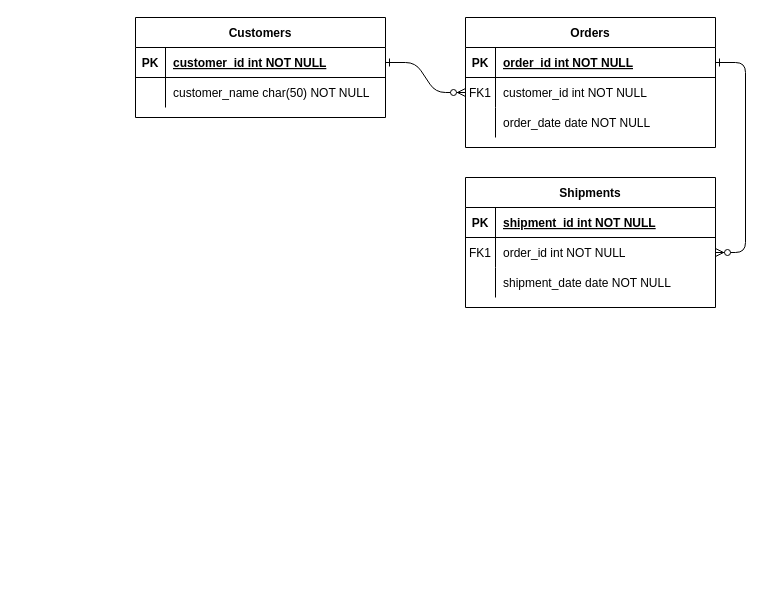
The draw.io diagram BookHaven.drawio in Utsukara/CTDatabaseFundamentals, before the edit. Source tidied: cells renumbered, new cells numbered last; positions are measured from the earlier drawing's top-left corner, leaving out a move shared by most shapes. Both pictures are drawn from the tidied source at 100%, with x=0, y=0 at pixel (135, 17).
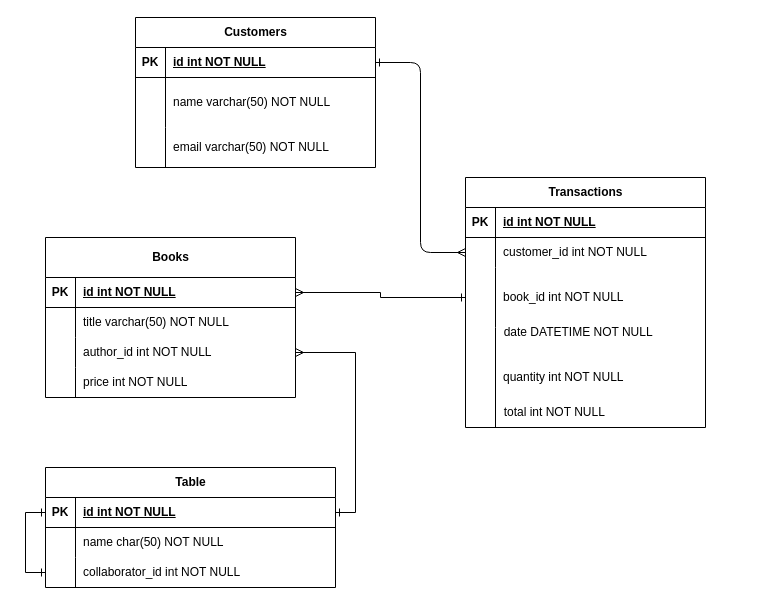
The same page after the edit.

The edit, as a diff of the source:
```diff
@@
-    <mxCell id="2" style="edgeStyle=entityRelationEdgeStyle;endArrow=ERzeroToMany;startArrow=ERone;endFill=1;startFill=0;" parent="1" edge="1" source="25" target="8">
-      <mxGeometry relative="1" as="geometry" />
-    </mxCell>
-    <mxCell id="3" style="edgeStyle=entityRelationEdgeStyle;endArrow=ERzeroToMany;startArrow=ERone;endFill=1;startFill=0;" parent="1" edge="1" source="5" target="18">
-      <mxGeometry relative="1" as="geometry" />
-    </mxCell>
-    <mxCell id="4" value="Orders" style="shape=table;startSize=30;childLayout=tableLayout;rowLines=0;fontStyle=1;align=center;" parent="1" vertex="1">
-      <mxGeometry x="330" width="250" height="130" as="geometry" />
-    </mxCell>
-    <mxCell id="5" style="shape=partialRectangle;fillColor=none;points=[[0,0.5],[1,0.5]];portConstraint=eastwest;top=0;left=0;right=0;bottom=1;" parent="4" vertex="1">
-      <mxGeometry y="30" width="250" height="30" as="geometry" />
-    </mxCell>
-    <mxCell id="6" value="PK" style="shape=partialRectangle;overflow=hidden;fillColor=none;top=0;left=0;bottom=0;right=0;fontStyle=1;" parent="5" vertex="1">
-      <mxGeometry width="30" height="30" as="geometry" />
-    </mxCell>
-    <mxCell id="7" value="order_id int NOT NULL " style="shape=partialRectangle;overflow=hidden;fillColor=none;top=0;left=0;bottom=0;right=0;align=left;spacingLeft=6;fontStyle=5;" parent="5" vertex="1">
-      <mxGeometry x="30" width="220" height="30" as="geometry" />
-    </mxCell>
-    <mxCell id="8" style="shape=partialRectangle;fillColor=none;points=[[0,0.5],[1,0.5]];portConstraint=eastwest;top=0;left=0;right=0;bottom=0;" parent="4" vertex="1">
-      <mxGeometry y="60" width="250" height="30" as="geometry" />
-    </mxCell>
-    <mxCell id="9" value="FK1" style="shape=partialRectangle;overflow=hidden;fillColor=none;top=0;left=0;bottom=0;right=0;" parent="8" vertex="1">
-      <mxGeometry width="30" height="30" as="geometry" />
-    </mxCell>
-    <mxCell id="10" value="customer_id int NOT NULL" style="shape=partialRectangle;overflow=hidden;fillColor=none;top=0;left=0;bottom=0;right=0;align=left;spacingLeft=6;" parent="8" vertex="1">
-      <mxGeometry x="30" width="220" height="30" as="geometry" />
-    </mxCell>
-    <mxCell id="11" style="shape=partialRectangle;fillColor=none;top=0;left=0;right=0;bottom=0;" parent="4" vertex="1">
-      <mxGeometry y="90" width="250" height="30" as="geometry" />
-    </mxCell>
-    <mxCell id="12" style="shape=partialRectangle;overflow=hidden;fillColor=none;top=0;left=0;bottom=0;right=0;" parent="11" vertex="1">
-      <mxGeometry width="30" height="30" as="geometry" />
-    </mxCell>
-    <mxCell id="13" value="order_date date NOT NULL" style="shape=partialRectangle;overflow=hidden;fillColor=none;top=0;left=0;bottom=0;right=0;align=left;spacingLeft=6;" parent="11" vertex="1">
-      <mxGeometry x="30" width="220" height="30" as="geometry" />
-    </mxCell>
-    <mxCell id="14" value="Shipments" style="shape=table;startSize=30;childLayout=tableLayout;rowLines=0;fontStyle=1;align=center;" parent="1" vertex="1">
-      <mxGeometry x="330" y="160" width="250" height="130" as="geometry" />
-    </mxCell>
-    <mxCell id="15" style="shape=partialRectangle;fillColor=none;top=0;left=0;right=0;bottom=1;" parent="14" vertex="1">
-      <mxGeometry y="30" width="250" height="30" as="geometry" />
-    </mxCell>
-    <mxCell id="16" value="PK" style="shape=partialRectangle;overflow=hidden;fillColor=none;top=0;left=0;bottom=0;right=0;fontStyle=1;" parent="15" vertex="1">
-      <mxGeometry width="30" height="30" as="geometry" />
-    </mxCell>
-    <mxCell id="17" value="shipment_id int NOT NULL " style="shape=partialRectangle;overflow=hidden;fillColor=none;top=0;left=0;bottom=0;right=0;align=left;spacingLeft=6;fontStyle=5;" parent="15" vertex="1">
-      <mxGeometry x="30" width="220" height="30" as="geometry" />
-    </mxCell>
-    <mxCell id="18" style="shape=partialRectangle;fillColor=none;points=[[0,0.5],[1,0.5]];portConstraint=eastwest;top=0;left=0;right=0;bottom=0;" parent="14" vertex="1">
-      <mxGeometry y="60" width="250" height="30" as="geometry" />
-    </mxCell>
-    <mxCell id="19" value="FK1" style="shape=partialRectangle;overflow=hidden;fillColor=none;top=0;left=0;bottom=0;right=0;" parent="18" vertex="1">
-      <mxGeometry width="30" height="30" as="geometry" />
-    </mxCell>
-    <mxCell id="20" value="order_id int NOT NULL" style="shape=partialRectangle;overflow=hidden;fillColor=none;top=0;left=0;bottom=0;right=0;align=left;spacingLeft=6;" parent="18" vertex="1">
-      <mxGeometry x="30" width="220" height="30" as="geometry" />
-    </mxCell>
-    <mxCell id="21" style="shape=partialRectangle;fillColor=none;top=0;left=0;right=0;bottom=0;" parent="14" vertex="1">
-      <mxGeometry y="90" width="250" height="30" as="geometry" />
-    </mxCell>
-    <mxCell id="22" style="shape=partialRectangle;overflow=hidden;fillColor=none;top=0;left=0;bottom=0;right=0;" parent="21" vertex="1">
-      <mxGeometry width="30" height="30" as="geometry" />
-    </mxCell>
-    <mxCell id="23" value="shipment_date date NOT NULL" style="shape=partialRectangle;overflow=hidden;fillColor=none;top=0;left=0;bottom=0;right=0;align=left;spacingLeft=6;" parent="21" vertex="1">
-      <mxGeometry x="30" width="220" height="30" as="geometry" />
-    </mxCell>
-    <mxCell id="24" value="Customers" style="shape=table;startSize=30;childLayout=tableLayout;rowLines=0;fontStyle=1;align=center;" parent="1" vertex="1">
-      <mxGeometry width="250" height="100" as="geometry" />
+    <mxCell id="24" value="Customers" style="shape=table;startSize=30;childLayout=tableLayout;rowLines=0;fontStyle=1;align=center;html=1;" parent="1" vertex="1">
+      <mxGeometry width="240" height="150" as="geometry" />
     </mxCell>
-    <mxCell id="25" style="shape=partialRectangle;fillColor=none;points=[[0,0.5],[1,0.5]];portConstraint=eastwest;top=0;left=0;right=0;bottom=1;" parent="24" vertex="1">
-      <mxGeometry y="30" width="250" height="30" as="geometry" />
-    </mxCell>
-    <mxCell id="26" value="PK" style="shape=partialRectangle;overflow=hidden;fillColor=none;top=0;left=0;bottom=0;right=0;fontStyle=1;" parent="25" vertex="1">
-      <mxGeometry width="30" height="30" as="geometry" />
-    </mxCell>
-    <mxCell id="27" value="customer_id int NOT NULL " style="shape=partialRectangle;overflow=hidden;fillColor=none;top=0;left=0;bottom=0;right=0;align=left;spacingLeft=6;fontStyle=5;" parent="25" vertex="1">
-      <mxGeometry x="30" width="220" height="30" as="geometry" />
-    </mxCell>
-    <mxCell id="28" style="shape=partialRectangle;fillColor=none;top=0;left=0;right=0;bottom=0;" parent="24" vertex="1">
-      <mxGeometry y="60" width="250" height="30" as="geometry" />
-    </mxCell>
-    <mxCell id="29" style="shape=partialRectangle;overflow=hidden;fillColor=none;top=0;left=0;bottom=0;right=0;" parent="28" vertex="1">
-      <mxGeometry width="30" height="30" as="geometry" />
-    </mxCell>
-    <mxCell id="30" value="customer_name char(50) NOT NULL" style="shape=partialRectangle;overflow=hidden;fillColor=none;top=0;left=0;bottom=0;right=0;align=left;spacingLeft=6;" parent="28" vertex="1">
-      <mxGeometry x="30" width="220" height="30" as="geometry" />
-    </mxCell>
+    <mxCell id="31" style="shape=tableRow;horizontal=0;startSize=0;swimlaneHead=0;swimlaneBody=0;fillColor=none;points=[[0,0.5],[1,0.5]];portConstraint=eastwest;top=0;left=0;right=0;bottom=1;" parent="24" vertex="1">
+      <mxGeometry y="30" width="240" height="30" as="geometry" />
+    </mxCell>
+    <mxCell id="32" value="PK" style="shape=partialRectangle;fillColor=none;top=0;left=0;bottom=0;right=0;fontStyle=1;overflow=hidden;whiteSpace=wrap;html=1;" parent="31" vertex="1">
+      <mxGeometry width="30" height="30" as="geometry" />
+    </mxCell>
+    <mxCell id="33" value="id int NOT NULL" style="shape=partialRectangle;fillColor=none;top=0;left=0;bottom=0;right=0;align=left;spacingLeft=6;fontStyle=5;overflow=hidden;whiteSpace=wrap;html=1;" parent="31" vertex="1">
+      <mxGeometry x="30" width="210" height="30" as="geometry" />
+    </mxCell>
+    <mxCell id="34" style="shape=tableRow;horizontal=0;startSize=0;swimlaneHead=0;swimlaneBody=0;fillColor=none;top=0;left=0;right=0;bottom=0;" parent="24" vertex="1">
+      <mxGeometry y="60" width="240" height="50" as="geometry" />
+    </mxCell>
+    <mxCell id="35" style="shape=partialRectangle;fillColor=none;top=0;left=0;bottom=0;right=0;overflow=hidden;whiteSpace=wrap;html=1;" parent="34" vertex="1">
+      <mxGeometry width="30" height="50" as="geometry" />
+    </mxCell>
+    <mxCell id="36" value="name varchar(50) NOT NULL" style="shape=partialRectangle;fillColor=none;top=0;left=0;bottom=0;right=0;align=left;spacingLeft=6;overflow=hidden;whiteSpace=wrap;html=1;" parent="34" vertex="1">
+      <mxGeometry x="30" width="210" height="50" as="geometry" />
+    </mxCell>
+    <mxCell id="37" style="shape=tableRow;horizontal=0;startSize=0;swimlaneHead=0;swimlaneBody=0;fillColor=none;top=0;left=0;right=0;bottom=0;" parent="24" vertex="1">
+      <mxGeometry y="110" width="240" height="40" as="geometry" />
+    </mxCell>
+    <mxCell id="38" style="shape=partialRectangle;fillColor=none;top=0;left=0;bottom=0;right=0;overflow=hidden;whiteSpace=wrap;html=1;" parent="37" vertex="1">
+      <mxGeometry width="30" height="40" as="geometry" />
+    </mxCell>
+    <mxCell id="39" value="email varchar(50) NOT NULL" style="shape=partialRectangle;fillColor=none;top=0;left=0;bottom=0;right=0;align=left;spacingLeft=6;overflow=hidden;whiteSpace=wrap;html=1;" parent="37" vertex="1">
+      <mxGeometry x="30" width="210" height="40" as="geometry" />
+    </mxCell>
+    <mxCell id="40" value="Transactions" style="shape=table;startSize=30;childLayout=tableLayout;rowLines=0;fontStyle=1;align=center;html=1;" parent="1" vertex="1">
+      <mxGeometry x="330" y="160" width="240" height="250" as="geometry" />
+    </mxCell>
+    <mxCell id="41" style="shape=tableRow;horizontal=0;startSize=0;swimlaneHead=0;swimlaneBody=0;fillColor=none;top=0;left=0;right=0;bottom=1;" parent="40" vertex="1">
+      <mxGeometry y="30" width="240" height="30" as="geometry" />
+    </mxCell>
+    <mxCell id="42" value="PK" style="shape=partialRectangle;fillColor=none;top=0;left=0;bottom=0;right=0;fontStyle=1;overflow=hidden;whiteSpace=wrap;html=1;" parent="41" vertex="1">
+      <mxGeometry width="30" height="30" as="geometry" />
+    </mxCell>
+    <mxCell id="43" value="id int NOT NULL" style="shape=partialRectangle;fillColor=none;top=0;left=0;bottom=0;right=0;align=left;spacingLeft=6;fontStyle=5;overflow=hidden;whiteSpace=wrap;html=1;" parent="41" vertex="1">
+      <mxGeometry x="30" width="210" height="30" as="geometry" />
+    </mxCell>
+    <mxCell id="44" style="shape=tableRow;horizontal=0;startSize=0;swimlaneHead=0;swimlaneBody=0;fillColor=none;points=[[0,0.5],[1,0.5]];portConstraint=eastwest;top=0;left=0;right=0;bottom=0;" parent="40" vertex="1">
+      <mxGeometry y="60" width="240" height="30" as="geometry" />
+    </mxCell>
+    <mxCell id="45" style="shape=partialRectangle;fillColor=none;top=0;left=0;bottom=0;right=0;overflow=hidden;whiteSpace=wrap;html=1;" parent="44" vertex="1">
+      <mxGeometry width="30" height="30" as="geometry" />
+    </mxCell>
+    <mxCell id="46" value="customer_id int NOT NULL" style="shape=partialRectangle;fillColor=none;top=0;left=0;bottom=0;right=0;align=left;spacingLeft=6;overflow=hidden;whiteSpace=wrap;html=1;" parent="44" vertex="1">
+      <mxGeometry x="30" width="210" height="30" as="geometry" />
+    </mxCell>
+    <mxCell id="47" style="shape=tableRow;horizontal=0;startSize=0;swimlaneHead=0;swimlaneBody=0;fillColor=none;points=[[0,0.5],[1,0.5]];portConstraint=eastwest;top=0;left=0;right=0;bottom=0;" parent="40" vertex="1">
+      <mxGeometry y="90" width="240" height="60" as="geometry" />
+    </mxCell>
+    <mxCell id="48" style="shape=partialRectangle;fillColor=none;top=0;left=0;bottom=0;right=0;overflow=hidden;whiteSpace=wrap;html=1;" parent="47" vertex="1">
+      <mxGeometry width="30" height="60" as="geometry" />
+    </mxCell>
+    <mxCell id="49" value="book_id int NOT NULL" style="shape=partialRectangle;fillColor=none;top=0;left=0;bottom=0;right=0;align=left;spacingLeft=6;overflow=hidden;whiteSpace=wrap;html=1;" parent="47" vertex="1">
+      <mxGeometry x="30" width="210" height="60" as="geometry" />
+    </mxCell>
+    <mxCell id="50" style="shape=tableRow;horizontal=0;startSize=0;swimlaneHead=0;swimlaneBody=0;fillColor=none;top=0;left=0;right=0;bottom=0;" parent="40" vertex="1">
+      <mxGeometry y="150" width="240" height="100" as="geometry" />
+    </mxCell>
+    <mxCell id="51" style="shape=partialRectangle;fillColor=none;top=0;left=0;bottom=0;right=0;overflow=hidden;whiteSpace=wrap;html=1;" parent="50" vertex="1">
+      <mxGeometry width="30" height="100" as="geometry" />
+    </mxCell>
+    <mxCell id="52" value="quantity int NOT NULL" style="shape=partialRectangle;fillColor=none;top=0;left=0;bottom=0;right=0;align=left;spacingLeft=6;overflow=hidden;whiteSpace=wrap;html=1;" parent="50" vertex="1">
+      <mxGeometry x="30" width="210" height="100" as="geometry" />
+    </mxCell>
+    <mxCell id="53" style="edgeStyle=orthogonalEdgeStyle;rounded=0;jettySize=auto;html=1;entryX=0;entryY=0.5;entryDx=0;entryDy=0;startArrow=ERone;startFill=0;endArrow=ERone;endFill=0;" parent="1" edge="1" source="76" target="70">
+      <mxGeometry relative="1" as="geometry" />
+    </mxCell>
+    <mxCell id="54" value="Books" style="shape=table;startSize=40;childLayout=tableLayout;rowLines=0;fontStyle=1;align=center;html=1;" parent="1" vertex="1">
+      <mxGeometry x="-90" y="220" width="250" height="160" as="geometry" />
+    </mxCell>
+    <mxCell id="55" style="shape=tableRow;horizontal=0;startSize=0;swimlaneHead=0;swimlaneBody=0;fillColor=none;points=[[0,0.5],[1,0.5]];portConstraint=eastwest;top=0;left=0;right=0;bottom=1;" parent="54" vertex="1">
+      <mxGeometry y="40" width="250" height="30" as="geometry" />
+    </mxCell>
+    <mxCell id="56" value="PK" style="shape=partialRectangle;fillColor=none;top=0;left=0;bottom=0;right=0;fontStyle=1;overflow=hidden;whiteSpace=wrap;html=1;" parent="55" vertex="1">
+      <mxGeometry width="30" height="30" as="geometry" />
+    </mxCell>
+    <mxCell id="57" value="id int NOT NULL" style="shape=partialRectangle;fillColor=none;top=0;left=0;bottom=0;right=0;align=left;spacingLeft=6;fontStyle=5;overflow=hidden;whiteSpace=wrap;html=1;" parent="55" vertex="1">
+      <mxGeometry x="30" width="220" height="30" as="geometry" />
+    </mxCell>
+    <mxCell id="58" style="shape=tableRow;horizontal=0;startSize=0;swimlaneHead=0;swimlaneBody=0;fillColor=none;top=0;left=0;right=0;bottom=0;" parent="54" vertex="1">
+      <mxGeometry y="70" width="250" height="30" as="geometry" />
+    </mxCell>
+    <mxCell id="59" style="shape=partialRectangle;fillColor=none;top=0;left=0;bottom=0;right=0;overflow=hidden;whiteSpace=wrap;html=1;" parent="58" vertex="1">
+      <mxGeometry width="30" height="30" as="geometry" />
+    </mxCell>
+    <mxCell id="60" value="title varchar(50) NOT NULL" style="shape=partialRectangle;fillColor=none;top=0;left=0;bottom=0;right=0;align=left;spacingLeft=6;overflow=hidden;whiteSpace=wrap;html=1;" parent="58" vertex="1">
+      <mxGeometry x="30" width="220" height="30" as="geometry" />
+    </mxCell>
+    <mxCell id="61" style="shape=tableRow;horizontal=0;startSize=0;swimlaneHead=0;swimlaneBody=0;fillColor=none;points=[[0,0.5],[1,0.5]];portConstraint=eastwest;top=0;left=0;right=0;bottom=0;" parent="54" vertex="1">
+      <mxGeometry y="100" width="250" height="30" as="geometry" />
+    </mxCell>
+    <mxCell id="62" style="shape=partialRectangle;fillColor=none;top=0;left=0;bottom=0;right=0;overflow=hidden;whiteSpace=wrap;html=1;" parent="61" vertex="1">
+      <mxGeometry width="30" height="30" as="geometry" />
+    </mxCell>
+    <mxCell id="63" value="author_id int NOT NULL" style="shape=partialRectangle;fillColor=none;top=0;left=0;bottom=0;right=0;align=left;spacingLeft=6;overflow=hidden;whiteSpace=wrap;html=1;" parent="61" vertex="1">
+      <mxGeometry x="30" width="220" height="30" as="geometry" />
+    </mxCell>
+    <mxCell id="64" style="shape=tableRow;horizontal=0;startSize=0;swimlaneHead=0;swimlaneBody=0;fillColor=none;top=0;left=0;right=0;bottom=0;" parent="54" vertex="1">
+      <mxGeometry y="130" width="250" height="30" as="geometry" />
+    </mxCell>
+    <mxCell id="65" style="shape=partialRectangle;fillColor=none;top=0;left=0;bottom=0;right=0;overflow=hidden;whiteSpace=wrap;html=1;" parent="64" vertex="1">
+      <mxGeometry width="30" height="30" as="geometry" />
+    </mxCell>
+    <mxCell id="66" value="price int NOT NULL" style="shape=partialRectangle;fillColor=none;top=0;left=0;bottom=0;right=0;align=left;spacingLeft=6;overflow=hidden;whiteSpace=wrap;html=1;" parent="64" vertex="1">
+      <mxGeometry x="30" width="220" height="30" as="geometry" />
+    </mxCell>
+    <mxCell id="67" style="edgeStyle=orthogonalEdgeStyle;rounded=1;jettySize=auto;html=1;curved=0;startArrow=ERone;startFill=0;endArrow=ERmany;endFill=0;" parent="1" edge="1" source="31" target="44">
+      <mxGeometry relative="1" as="geometry" />
+    </mxCell>
+    <mxCell id="68" style="edgeStyle=orthogonalEdgeStyle;rounded=0;jettySize=auto;html=1;startArrow=ERone;startFill=0;endArrow=ERmany;endFill=0;" parent="1" edge="1" source="47" target="55">
+      <mxGeometry relative="1" as="geometry" />
+    </mxCell>
+    <mxCell id="69" value="Table" style="shape=table;startSize=30;childLayout=tableLayout;rowLines=0;fontStyle=1;align=center;html=1;" parent="1" vertex="1">
+      <mxGeometry x="-90" y="450" width="290" height="120" as="geometry" />
+    </mxCell>
+    <mxCell id="70" style="shape=tableRow;horizontal=0;startSize=0;swimlaneHead=0;swimlaneBody=0;fillColor=none;points=[[0,0.5],[1,0.5]];portConstraint=eastwest;top=0;left=0;right=0;bottom=1;" parent="69" vertex="1">
+      <mxGeometry y="30" width="290" height="30" as="geometry" />
+    </mxCell>
+    <mxCell id="71" value="PK" style="shape=partialRectangle;fillColor=none;top=0;left=0;bottom=0;right=0;fontStyle=1;overflow=hidden;whiteSpace=wrap;html=1;" parent="70" vertex="1">
+      <mxGeometry width="30" height="30" as="geometry" />
+    </mxCell>
+    <mxCell id="72" value="id int NOT NULL" style="shape=partialRectangle;fillColor=none;top=0;left=0;bottom=0;right=0;align=left;spacingLeft=6;fontStyle=5;overflow=hidden;whiteSpace=wrap;html=1;" parent="70" vertex="1">
+      <mxGeometry x="30" width="260" height="30" as="geometry" />
+    </mxCell>
+    <mxCell id="73" style="shape=tableRow;horizontal=0;startSize=0;swimlaneHead=0;swimlaneBody=0;fillColor=none;top=0;left=0;right=0;bottom=0;" parent="69" vertex="1">
+      <mxGeometry y="60" width="290" height="30" as="geometry" />
+    </mxCell>
+    <mxCell id="74" style="shape=partialRectangle;fillColor=none;top=0;left=0;bottom=0;right=0;overflow=hidden;whiteSpace=wrap;html=1;" parent="73" vertex="1">
+      <mxGeometry width="30" height="30" as="geometry" />
+    </mxCell>
+    <mxCell id="75" value="name char(50) NOT NULL" style="shape=partialRectangle;fillColor=none;top=0;left=0;bottom=0;right=0;align=left;spacingLeft=6;overflow=hidden;whiteSpace=wrap;html=1;" parent="73" vertex="1">
+      <mxGeometry x="30" width="260" height="30" as="geometry" />
+    </mxCell>
+    <mxCell id="76" style="shape=tableRow;horizontal=0;startSize=0;swimlaneHead=0;swimlaneBody=0;fillColor=none;points=[[0,0.5],[1,0.5]];portConstraint=eastwest;top=0;left=0;right=0;bottom=0;" parent="69" vertex="1">
+      <mxGeometry y="90" width="290" height="30" as="geometry" />
+    </mxCell>
+    <mxCell id="77" style="shape=partialRectangle;fillColor=none;top=0;left=0;bottom=0;right=0;overflow=hidden;whiteSpace=wrap;html=1;" parent="76" vertex="1">
+      <mxGeometry width="30" height="30" as="geometry" />
+    </mxCell>
+    <mxCell id="78" value="collaborator_id int NOT NULL" style="shape=partialRectangle;fillColor=none;top=0;left=0;bottom=0;right=0;align=left;spacingLeft=6;overflow=hidden;whiteSpace=wrap;html=1;" parent="76" vertex="1">
+      <mxGeometry x="30" width="260" height="30" as="geometry" />
+    </mxCell>
+    <mxCell id="79" style="edgeStyle=orthogonalEdgeStyle;rounded=0;jettySize=auto;html=1;exitX=1;exitY=0.5;exitDx=0;exitDy=0;startArrow=ERone;startFill=0;endArrow=ERmany;endFill=0;" parent="1" edge="1" source="70" target="61">
+      <mxGeometry relative="1" as="geometry" />
+    </mxCell>
+    <mxCell id="80" value="&amp;nbsp; date DATETIME NOT NULL&amp;nbsp;" style="text;strokeColor=none;align=left;fillColor=none;html=1;verticalAlign=middle;whiteSpace=wrap;rounded=0;" parent="1" vertex="1">
+      <mxGeometry x="360" y="300" width="210" height="30" as="geometry" />
+    </mxCell>
+    <mxCell id="81" value="&amp;nbsp; total int NOT NULL" style="text;strokeColor=none;align=left;fillColor=none;html=1;verticalAlign=middle;whiteSpace=wrap;rounded=0;" parent="1" vertex="1">
+      <mxGeometry x="360" y="380" width="210" height="30" as="geometry" />
+    </mxCell>
```
